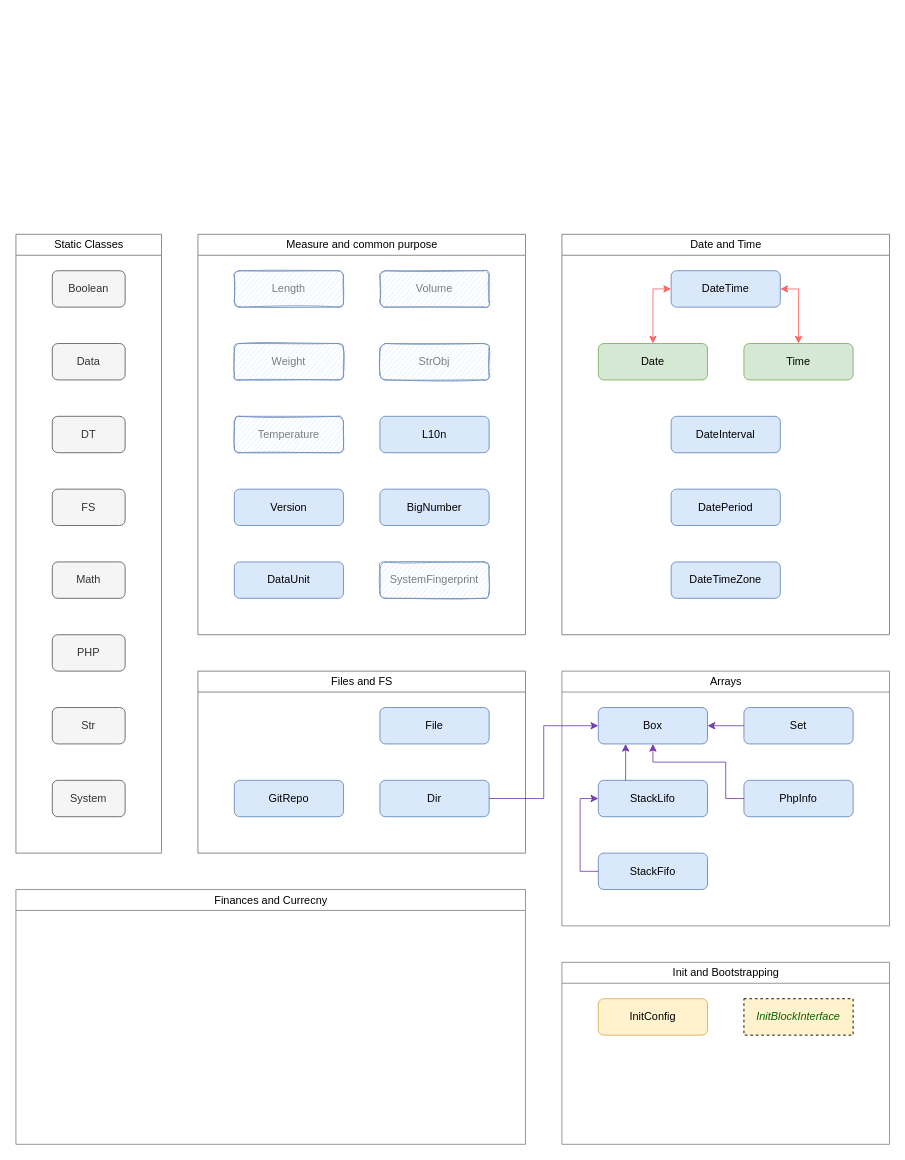
PandaHugMonster/php-simputils keeps this draw.io diagram as page "Overview groups" (1 of 3) of docs/images/Structure Scheme.drawio. Above is the earlier version. Source tidied: cells renumbered, new cells numbered last; positions are measured from the earlier drawing's top-left corner, leaving out a move shared by most shapes. Both pictures are drawn from the tidied source at 91%, with x=0, y=0 at pixel (15, 234).
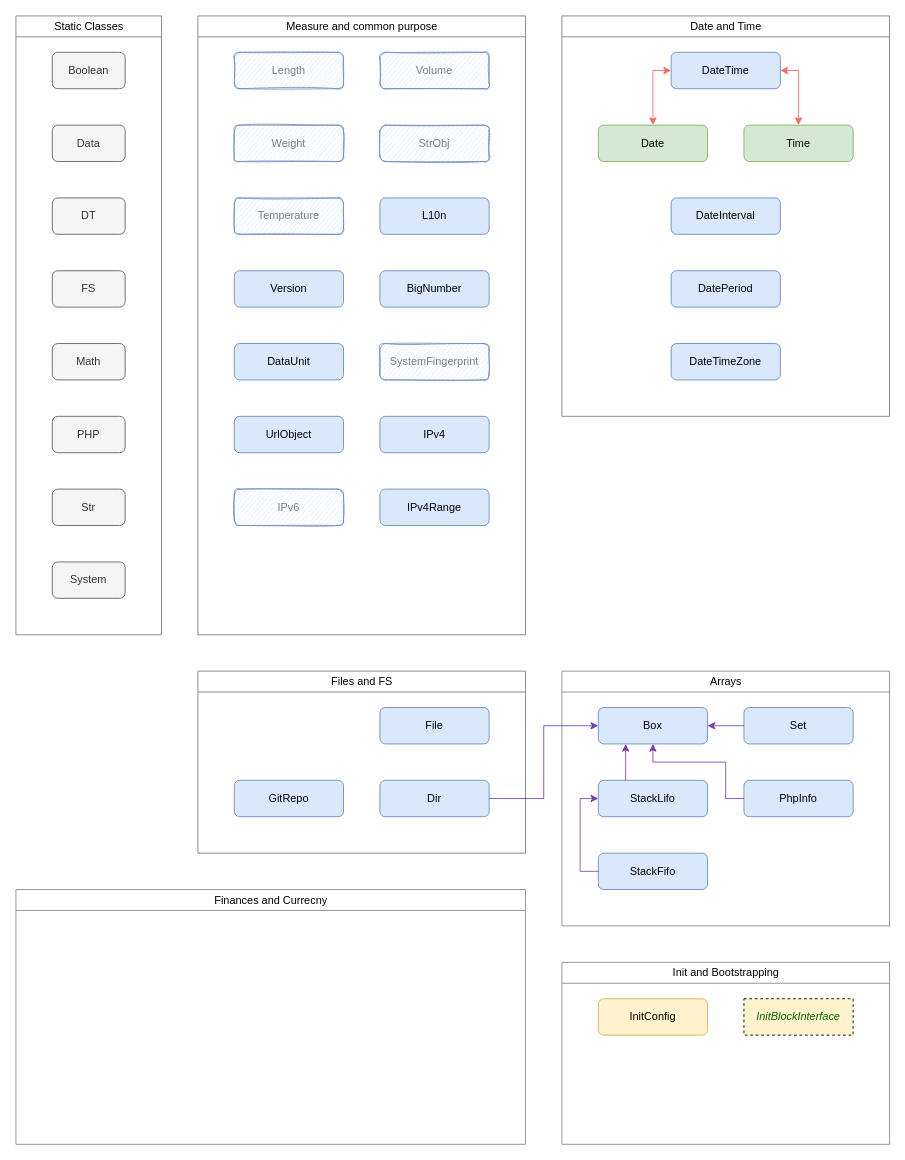
After the change.

The edit, as a diff of the source:
```diff
@@
     <mxCell id="2" value="&lt;span style=&quot;font-weight: 400&quot;&gt;Measure and common purpose&lt;/span&gt;" style="swimlane;comic=0;sketch=0;align=center;html=1;swimlaneFillColor=#ffffff;gradientColor=#ffffff;strokeColor=#808080;" parent="1" vertex="1">
-      <mxGeometry x="200" width="360" height="440" as="geometry" />
+      <mxGeometry x="200" y="-240" width="360" height="680" as="geometry" />
     </mxCell>
@@
+    <mxCell id="50" value="UrlObject" style="rounded=1;whiteSpace=wrap;html=1;fillColor=#dae8fc;strokeColor=#6c8ebf;sketch=0;" parent="2" vertex="1">
+      <mxGeometry x="40" y="440" width="120" height="40" as="geometry" />
+    </mxCell>
+    <mxCell id="51" value="IPv4Range" style="rounded=1;whiteSpace=wrap;html=1;fillColor=#dae8fc;strokeColor=#6c8ebf;sketch=0;" parent="2" vertex="1">
+      <mxGeometry x="200" y="520" width="120" height="40" as="geometry" />
+    </mxCell>
+    <mxCell id="52" value="IPv4" style="rounded=1;whiteSpace=wrap;html=1;fillColor=#dae8fc;strokeColor=#6c8ebf;sketch=0;" parent="2" vertex="1">
+      <mxGeometry x="200" y="440" width="120" height="40" as="geometry" />
+    </mxCell>
+    <mxCell id="53" value="IPv6" style="rounded=1;whiteSpace=wrap;html=1;fillColor=#dae8fc;strokeColor=#6c8ebf;sketch=1;opacity=90;textOpacity=50;" parent="2" vertex="1">
+      <mxGeometry x="40" y="520" width="120" height="40" as="geometry" />
+    </mxCell>
     <mxCell id="13" value="&lt;span style=&quot;font-weight: 400&quot;&gt;Static Classes&lt;/span&gt;" style="swimlane;comic=0;sketch=0;align=center;html=1;swimlaneFillColor=#ffffff;gradientColor=#ffffff;strokeColor=#808080;" parent="1" vertex="1">
-      <mxGeometry width="160" height="680" as="geometry" />
+      <mxGeometry y="-240" width="160" height="680" as="geometry" />
     </mxCell>
@@
     <mxCell id="26" value="&lt;span style=&quot;font-weight: 400&quot;&gt;Date and Time&lt;/span&gt;" style="swimlane;comic=0;sketch=0;align=center;html=1;swimlaneFillColor=#ffffff;rounded=0;strokeColor=#808080;gradientColor=#FFFFFF;" parent="1" vertex="1">
-      <mxGeometry x="600" width="360" height="440" as="geometry" />
+      <mxGeometry x="600" y="-240" width="360" height="440" as="geometry" />
     </mxCell>
```
